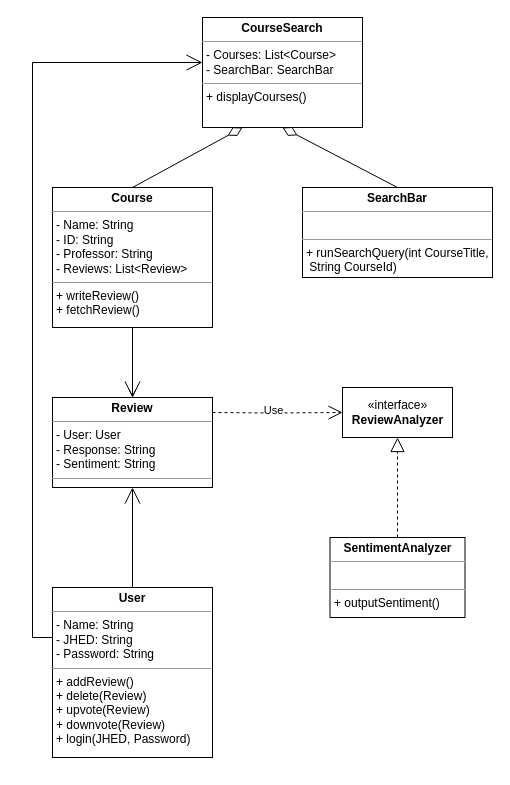
The draw.io diagram docs/design/class_diagram1.drawio in echua3/course-sentiment-analyzer, before the edit. Source tidied: cells renumbered, new cells numbered last; positions are measured from the earlier drawing's top-left corner, leaving out a move shared by most shapes. Both pictures are drawn from the tidied source at 100%, with x=0, y=0 at pixel (32, 17).
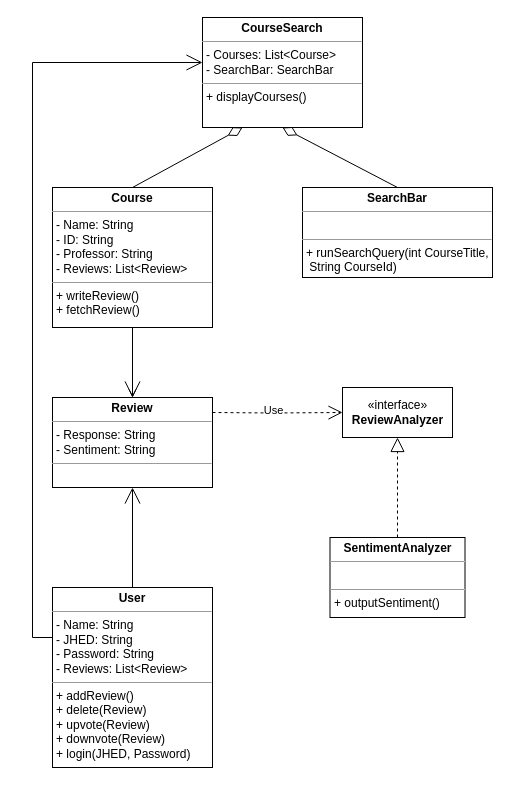
The same diagram, later.

Commit message:
user has list of reviews

Diff of the diagram source:
```diff
@@
-    <mxCell id="7" value="&lt;p style=&quot;margin:0px;margin-top:4px;text-align:center;&quot;&gt;&lt;b&gt;Review&lt;/b&gt;&lt;/p&gt;&lt;hr size=&quot;1&quot;&gt;&lt;p style=&quot;margin:0px;margin-left:4px;&quot;&gt;- User: User&lt;/p&gt;&lt;p style=&quot;margin:0px;margin-left:4px;&quot;&gt;- Response: String&lt;/p&gt;&lt;p style=&quot;margin:0px;margin-left:4px;&quot;&gt;- Sentiment: String&lt;/p&gt;&lt;hr size=&quot;1&quot;&gt;&lt;p style=&quot;margin:0px;margin-left:4px;&quot;&gt;&lt;br&gt;&lt;/p&gt;" style="verticalAlign=top;align=left;overflow=fill;fontSize=12;fontFamily=Helvetica;html=1;" parent="1" vertex="1">
+    <mxCell id="7" value="&lt;p style=&quot;margin:0px;margin-top:4px;text-align:center;&quot;&gt;&lt;b&gt;Review&lt;/b&gt;&lt;/p&gt;&lt;hr size=&quot;1&quot;&gt;&lt;p style=&quot;margin:0px;margin-left:4px;&quot;&gt;&lt;span style=&quot;background-color: initial;&quot;&gt;- Response: String&lt;/span&gt;&lt;br&gt;&lt;/p&gt;&lt;p style=&quot;margin:0px;margin-left:4px;&quot;&gt;- Sentiment: String&lt;/p&gt;&lt;hr size=&quot;1&quot;&gt;&lt;p style=&quot;margin:0px;margin-left:4px;&quot;&gt;&lt;br&gt;&lt;/p&gt;" style="verticalAlign=top;align=left;overflow=fill;fontSize=12;fontFamily=Helvetica;html=1;" parent="1" vertex="1">
       <mxGeometry x="20" y="380" width="160" height="90" as="geometry" />
     </mxCell>
@@
-    <mxCell id="9" value="&lt;p style=&quot;margin:0px;margin-top:4px;text-align:center;&quot;&gt;&lt;b&gt;User&lt;/b&gt;&lt;/p&gt;&lt;hr size=&quot;1&quot;&gt;&lt;p style=&quot;margin:0px;margin-left:4px;&quot;&gt;- Name: String&lt;/p&gt;&lt;p style=&quot;margin:0px;margin-left:4px;&quot;&gt;- JHED: String&lt;br&gt;&lt;/p&gt;&lt;p style=&quot;margin:0px;margin-left:4px;&quot;&gt;- Password: String&lt;/p&gt;&lt;hr size=&quot;1&quot;&gt;&lt;p style=&quot;margin:0px;margin-left:4px;&quot;&gt;+ addReview()&lt;/p&gt;&lt;p style=&quot;margin:0px;margin-left:4px;&quot;&gt;+ delete(Review)&lt;/p&gt;&lt;p style=&quot;margin:0px;margin-left:4px;&quot;&gt;+ upvote(Review)&lt;/p&gt;&lt;p style=&quot;margin: 0px 0px 0px 4px;&quot;&gt;+ downvote(Review)&lt;/p&gt;&lt;p style=&quot;margin:0px;margin-left:4px;&quot;&gt;+ login(JHED, Password)&lt;/p&gt;" style="verticalAlign=top;align=left;overflow=fill;fontSize=12;fontFamily=Helvetica;html=1;" parent="1" vertex="1">
-      <mxGeometry x="20" y="570" width="160" height="170" as="geometry" />
+    <mxCell id="9" value="&lt;p style=&quot;margin:0px;margin-top:4px;text-align:center;&quot;&gt;&lt;b&gt;User&lt;/b&gt;&lt;/p&gt;&lt;hr size=&quot;1&quot;&gt;&lt;p style=&quot;margin:0px;margin-left:4px;&quot;&gt;- Name: String&lt;/p&gt;&lt;p style=&quot;margin:0px;margin-left:4px;&quot;&gt;- JHED: String&lt;br&gt;&lt;/p&gt;&lt;p style=&quot;margin:0px;margin-left:4px;&quot;&gt;- Password: String&lt;/p&gt;&lt;p style=&quot;margin:0px;margin-left:4px;&quot;&gt;- Reviews: List&amp;lt;Review&amp;gt;&lt;/p&gt;&lt;hr size=&quot;1&quot;&gt;&lt;p style=&quot;margin:0px;margin-left:4px;&quot;&gt;+ addReview()&lt;/p&gt;&lt;p style=&quot;margin:0px;margin-left:4px;&quot;&gt;+ delete(Review)&lt;/p&gt;&lt;p style=&quot;margin:0px;margin-left:4px;&quot;&gt;+ upvote(Review)&lt;/p&gt;&lt;p style=&quot;margin: 0px 0px 0px 4px;&quot;&gt;+ downvote(Review)&lt;/p&gt;&lt;p style=&quot;margin:0px;margin-left:4px;&quot;&gt;+ login(JHED, Password)&lt;/p&gt;" style="verticalAlign=top;align=left;overflow=fill;fontSize=12;fontFamily=Helvetica;html=1;" parent="1" vertex="1">
+      <mxGeometry x="20" y="570" width="160" height="180" as="geometry" />
     </mxCell>
```
